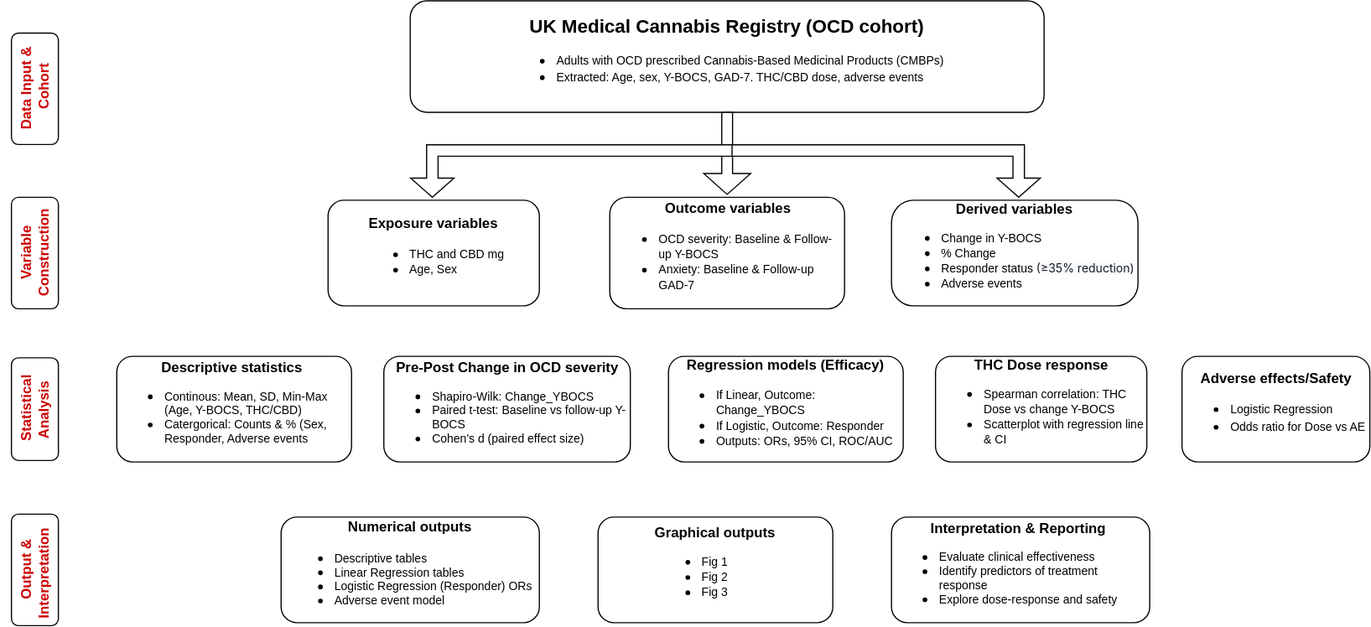
The draw.io diagram Untitled Diagram.drawio.svg in amy-gurung/first-data-project, before a commit. Source tidied: cells renumbered, new cells last; positions are measured from the earlier drawing's top-left corner, leaving out a move shared by most shapes.
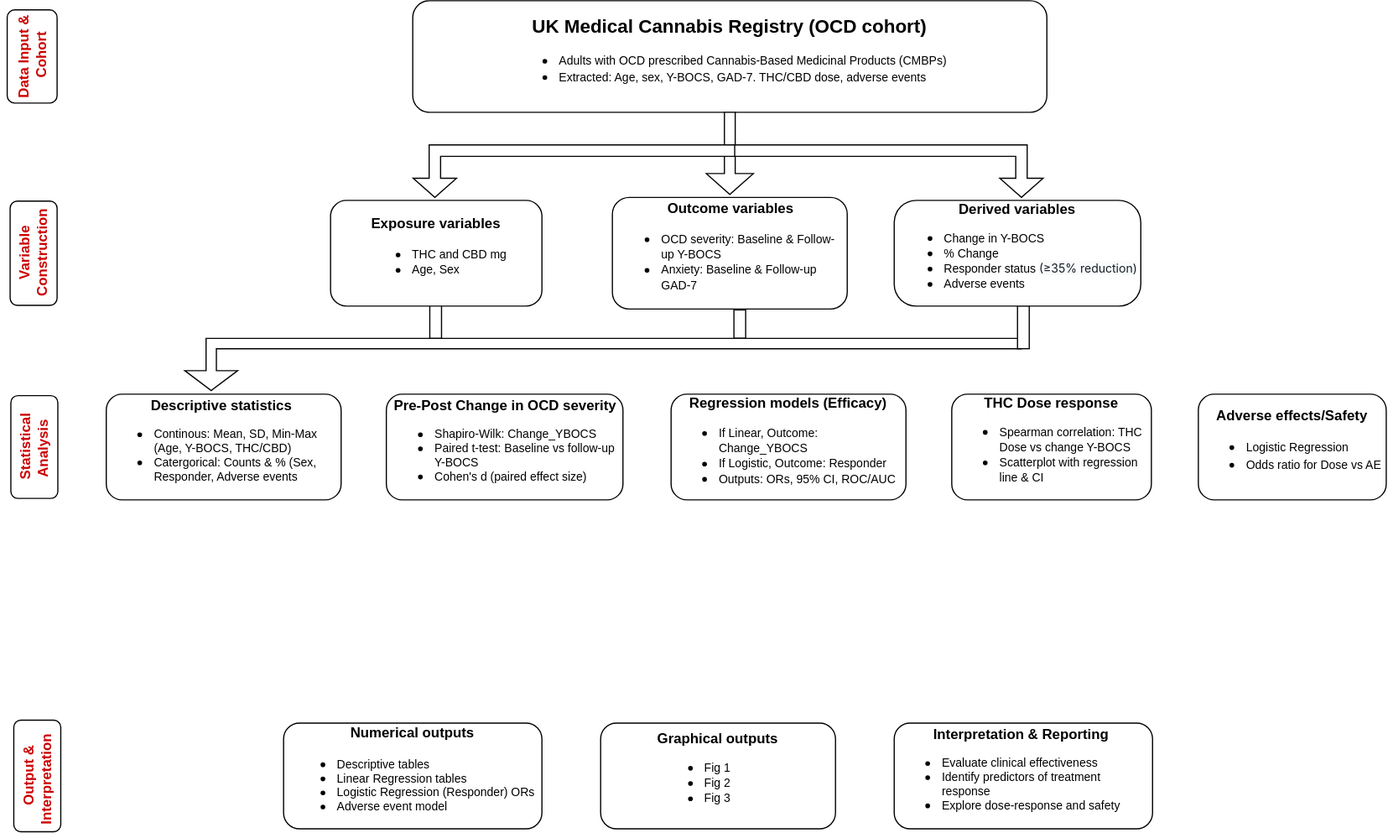
The same diagram one commit later.

Change to the diagram source:
```diff
@@ -2,6 +2,9 @@
   <root>
     <mxCell id="0" />
     <mxCell id="1" parent="0" />
+    <mxCell id="24" style="rounded=0;whiteSpace=wrap;html=1;rotation=-90;" parent="1" vertex="1">
+      <mxGeometry x="371.5" y="267.5" width="30" height="10" as="geometry" />
+    </mxCell>
     <mxCell id="2" value="&lt;b&gt;&lt;font style=&quot;font-size: 16px;&quot;&gt;UK Medical Cannabis Registry (OCD cohort)&lt;/font&gt;&lt;/b&gt;&lt;div&gt;&lt;ul&gt;&lt;li&gt;&lt;font style=&quot;font-size: 10px;&quot;&gt;Adults with OCD prescribed Cannabis-Based Medicinal Products (CMBPs)&lt;/font&gt;&lt;/li&gt;&lt;li style=&quot;text-align: left;&quot;&gt;&lt;font style=&quot;font-size: 10px;&quot;&gt;Extracted: Age, sex, Y-BOCS, GAD-7. THC/CBD dose, adverse events&lt;/font&gt;&lt;/li&gt;&lt;/ul&gt;&lt;/div&gt;" style="rounded=1;whiteSpace=wrap;html=1;spacing=1;labelBackgroundColor=none;" parent="1" vertex="1">
       <mxGeometry x="367" width="540" height="95" as="geometry" />
     </mxCell>
@@ -11,47 +14,44 @@
     <mxCell id="4" value="&lt;div style=&quot;text-align: center;&quot;&gt;&lt;b style=&quot;line-height: 100%;&quot;&gt;&lt;font&gt;Outcome variables&lt;/font&gt;&lt;/b&gt;&lt;/div&gt;&lt;ul&gt;&lt;li style=&quot;line-height: 100%;&quot;&gt;&lt;font style=&quot;font-size: 10px;&quot;&gt;OCD severity: Baseline &amp;amp; Follow-up Y-BOCS&lt;br&gt;&lt;/font&gt;&lt;/li&gt;&lt;li style=&quot;line-height: 100%;&quot;&gt;&lt;font style=&quot;font-size: 10px;&quot;&gt;Anxiety: Baseline &amp;amp; Follow-up GAD-7&lt;/font&gt;&lt;br&gt;&lt;/li&gt;&lt;/ul&gt;" style="rounded=1;whiteSpace=wrap;html=1;labelBackgroundColor=none;align=left;" parent="1" vertex="1">
       <mxGeometry x="537" y="167.5" width="200" height="95" as="geometry" />
     </mxCell>
-    <mxCell id="5" value="&lt;div style=&quot;line-height: 100%;&quot;&gt;&lt;div&gt;&lt;b&gt;&lt;font&gt;Derived variables&lt;/font&gt;&lt;/b&gt;&lt;/div&gt;&lt;ul&gt;&lt;li style=&quot;text-align: left;&quot;&gt;&lt;font style=&quot;font-size: 10px;&quot;&gt;Change in Y-BOCS&lt;br&gt;&lt;/font&gt;&lt;/li&gt;&lt;li style=&quot;text-align: left;&quot;&gt;&lt;font style=&quot;font-size: 10px;&quot;&gt;% Change&lt;br&gt;&lt;/font&gt;&lt;/li&gt;&lt;li style=&quot;text-align: left;&quot;&gt;&lt;font style=&quot;font-size: 10px;&quot;&gt;Responder status&amp;nbsp;&lt;span style=&quot;caret-color: rgb(22, 28, 36); color: rgb(22, 28, 36); font-family: -apple-system, BlinkMacSystemFont, &amp;quot;Proxima Nova&amp;quot;, &amp;quot;Segoe UI&amp;quot;, Roboto, Helvetica, Arial, sans-serif; background-color: rgb(249, 250, 251);&quot;&gt;(≥35% reduction)&lt;/span&gt;&lt;br&gt;&lt;/font&gt;&lt;/li&gt;&lt;li style=&quot;text-align: left;&quot;&gt;&lt;font style=&quot;font-size: 10px;&quot;&gt;Adverse events&amp;nbsp;&lt;/font&gt;&lt;/li&gt;&lt;/ul&gt;&lt;/div&gt;" style="rounded=1;whiteSpace=wrap;html=1;labelBackgroundColor=none;spacing=1;arcSize=21;" parent="1" vertex="1">
-      <mxGeometry x="777" y="170" width="210" height="90" as="geometry" />
-    </mxCell>
     <mxCell id="6" value="&lt;div style=&quot;line-height: 100%;&quot;&gt;&lt;font&gt;&lt;b&gt;Descriptive statistics&amp;nbsp;&lt;/b&gt;&lt;/font&gt;&lt;div&gt;&lt;ul&gt;&lt;li style=&quot;text-align: left;&quot;&gt;&lt;span style=&quot;font-size: 10px; line-height: 100%;&quot;&gt;Continous: Mean, SD, Min-Max (Age, Y-BOCS, THC/CBD)&lt;/span&gt;&lt;br&gt;&lt;/li&gt;&lt;li style=&quot;text-align: left;&quot;&gt;&lt;span style=&quot;font-size: 10px; line-height: 100%;&quot;&gt;Catergorical: Counts &amp;amp; % (Sex, Responder, Adverse events&lt;/span&gt;&lt;/li&gt;&lt;/ul&gt;&lt;/div&gt;&lt;/div&gt;" style="rounded=1;whiteSpace=wrap;html=1;labelBackgroundColor=none;" parent="1" vertex="1">
-      <mxGeometry x="117" y="303" width="200" height="90" as="geometry" />
+      <mxGeometry x="106" y="335" width="200" height="90" as="geometry" />
     </mxCell>
     <mxCell id="7" value="&lt;div style=&quot;line-height: 100%;&quot;&gt;&lt;div&gt;&lt;b&gt;Pre-Post Change in OCD severity&lt;/b&gt;&lt;/div&gt;&lt;ul&gt;&lt;li style=&quot;text-align: left;&quot;&gt;&lt;font style=&quot;font-size: 10px; line-height: 100%;&quot;&gt;Shapiro-Wilk: Change_YBOCS&lt;br&gt;&lt;/font&gt;&lt;/li&gt;&lt;li style=&quot;text-align: left;&quot;&gt;&lt;font style=&quot;font-size: 10px; line-height: 100%;&quot;&gt;Paired t-test: Baseline vs follow-up Y-BOCS&lt;br&gt;&lt;/font&gt;&lt;/li&gt;&lt;li style=&quot;text-align: left;&quot;&gt;&lt;font style=&quot;font-size: 10px; line-height: 100%;&quot;&gt;Cohen's d (paired effect size)&lt;/font&gt;&lt;/li&gt;&lt;/ul&gt;&lt;/div&gt;" style="rounded=1;whiteSpace=wrap;html=1;labelBackgroundColor=none;" parent="1" vertex="1">
-      <mxGeometry x="344.5" y="303" width="210" height="90" as="geometry" />
+      <mxGeometry x="344.5" y="335" width="201.5" height="90" as="geometry" />
     </mxCell>
     <mxCell id="8" value="&lt;font&gt;&lt;b style=&quot;line-height: 100%;&quot;&gt;Regression m&lt;/b&gt;&lt;font&gt;&lt;b&gt;odels&amp;nbsp;&lt;/b&gt;&lt;/font&gt;&lt;/font&gt;&lt;font&gt;&lt;b&gt;(Efficacy)&lt;/b&gt;&lt;/font&gt;&lt;div&gt;&lt;ul style=&quot;line-height: 100%;&quot;&gt;&lt;li style=&quot;text-align: left;&quot;&gt;&lt;span style=&quot;font-size: 10px; line-height: 100%;&quot;&gt;If Linear,&amp;nbsp;&lt;/span&gt;&lt;span style=&quot;font-size: 10px;&quot;&gt;Outcome: Change_YBOCS&lt;/span&gt;&lt;/li&gt;&lt;li style=&quot;text-align: left;&quot;&gt;&lt;span style=&quot;font-size: 10px; line-height: 100%;&quot;&gt;If Logistic,&amp;nbsp;&lt;/span&gt;&lt;span style=&quot;font-size: 10px;&quot;&gt;Outcome: Responder&amp;nbsp;&lt;/span&gt;&lt;/li&gt;&lt;li style=&quot;text-align: left;&quot;&gt;&lt;span style=&quot;font-size: 10px; line-height: 100%;&quot;&gt;Outputs: ORs, 95% CI, ROC/AUC&lt;/span&gt;&lt;br&gt;&lt;/li&gt;&lt;/ul&gt;&lt;/div&gt;" style="rounded=1;whiteSpace=wrap;html=1;labelBackgroundColor=none;" parent="1" vertex="1">
-      <mxGeometry x="587" y="303" width="200" height="90" as="geometry" />
+      <mxGeometry x="587" y="335" width="200" height="90" as="geometry" />
     </mxCell>
     <mxCell id="9" value="&lt;div style=&quot;line-height: 100%;&quot;&gt;&lt;b style=&quot;text-align: left;&quot;&gt;THC Dose response&lt;/b&gt;&lt;br&gt;&lt;ul&gt;&lt;li style=&quot;text-align: left;&quot;&gt;&lt;font style=&quot;font-size: 10px;&quot;&gt;Spearman correlation: THC Dose vs change Y-BOCS&lt;br&gt;&lt;/font&gt;&lt;/li&gt;&lt;li style=&quot;text-align: left;&quot;&gt;&lt;font style=&quot;font-size: 10px;&quot;&gt;Scatterplot with regression line &amp;amp; CI&amp;nbsp;&lt;/font&gt;&lt;/li&gt;&lt;/ul&gt;&lt;/div&gt;" style="rounded=1;whiteSpace=wrap;html=1;labelBackgroundColor=none;" parent="1" vertex="1">
-      <mxGeometry x="814.5" y="303" width="180" height="90" as="geometry" />
+      <mxGeometry x="826" y="335" width="170" height="90" as="geometry" />
     </mxCell>
     <mxCell id="10" value="&lt;font&gt;&lt;b&gt;Adverse effects/Safety&lt;/b&gt;&lt;/font&gt;&lt;div&gt;&lt;ul&gt;&lt;li style=&quot;text-align: left;&quot;&gt;&lt;span style=&quot;font-size: 10px;&quot;&gt;Logistic Regression&lt;/span&gt;&lt;br&gt;&lt;/li&gt;&lt;li style=&quot;text-align: left;&quot;&gt;&lt;span style=&quot;font-size: 10px;&quot;&gt;Odds ratio for Dose vs AE&amp;nbsp;&lt;/span&gt;&lt;br&gt;&lt;/li&gt;&lt;/ul&gt;&lt;/div&gt;" style="rounded=1;whiteSpace=wrap;html=1;labelBackgroundColor=none;" parent="1" vertex="1">
-      <mxGeometry x="1024.5" y="303" width="160" height="90" as="geometry" />
+      <mxGeometry x="1036" y="335" width="160" height="90" as="geometry" />
     </mxCell>
     <mxCell id="11" style="edgeStyle=none;curved=1;rounded=0;orthogonalLoop=1;jettySize=auto;html=1;exitX=0.5;exitY=1;exitDx=0;exitDy=0;fontSize=12;startSize=8;endSize=8;labelBackgroundColor=none;fontColor=default;" parent="1" edge="1" source="8" target="8">
       <mxGeometry relative="1" as="geometry" />
     </mxCell>
     <mxCell id="12" value="&lt;b style=&quot;text-align: left; line-height: 100%;&quot;&gt;Numerical outputs&lt;/b&gt;&lt;br&gt;&lt;ul style=&quot;line-height: 100%;&quot;&gt;&lt;li style=&quot;text-align: left;&quot;&gt;&lt;font style=&quot;font-size: 10px; line-height: 100%;&quot;&gt;Descriptive tables&lt;br&gt;&lt;/font&gt;&lt;/li&gt;&lt;li style=&quot;text-align: left;&quot;&gt;&lt;font style=&quot;font-size: 10px; line-height: 100%;&quot;&gt;Linear Regression tables&lt;br&gt;&lt;/font&gt;&lt;/li&gt;&lt;li style=&quot;text-align: left;&quot;&gt;&lt;font style=&quot;font-size: 10px; line-height: 100%;&quot;&gt;Logistic Regression (Responder) ORs&lt;br&gt;&lt;/font&gt;&lt;/li&gt;&lt;li style=&quot;text-align: left;&quot;&gt;&lt;font style=&quot;font-size: 10px; line-height: 100%;&quot;&gt;Adverse event model&amp;nbsp;&lt;/font&gt;&lt;br&gt;&lt;/li&gt;&lt;/ul&gt;" style="rounded=1;whiteSpace=wrap;html=1;labelBackgroundColor=none;" parent="1" vertex="1">
-      <mxGeometry x="257" y="440" width="220" height="90" as="geometry" />
+      <mxGeometry x="257" y="615" width="220" height="90" as="geometry" />
     </mxCell>
     <mxCell id="13" value="&lt;div style=&quot;line-height: 100%;&quot;&gt;&lt;b&gt;Graphical outputs&lt;/b&gt;&lt;div&gt;&lt;ul&gt;&lt;li style=&quot;text-align: left;&quot;&gt;&lt;font style=&quot;font-size: 10px;&quot;&gt;Fig 1&lt;br&gt;&lt;/font&gt;&lt;/li&gt;&lt;li style=&quot;text-align: left;&quot;&gt;&lt;font style=&quot;font-size: 10px;&quot;&gt;Fig 2&lt;br&gt;&lt;/font&gt;&lt;/li&gt;&lt;li style=&quot;text-align: left;&quot;&gt;&lt;font style=&quot;font-size: 10px;&quot;&gt;Fig 3&amp;nbsp;&lt;/font&gt;&lt;br&gt;&lt;/li&gt;&lt;/ul&gt;&lt;/div&gt;&lt;/div&gt;" style="rounded=1;whiteSpace=wrap;html=1;labelBackgroundColor=none;" parent="1" vertex="1">
-      <mxGeometry x="527" y="440" width="200" height="90" as="geometry" />
+      <mxGeometry x="527" y="615" width="200" height="90" as="geometry" />
     </mxCell>
     <mxCell id="14" value="&lt;div style=&quot;line-height: 100%;&quot;&gt;&lt;span style=&quot;text-align: left;&quot;&gt;&lt;b&gt;&lt;font&gt;Interpretation &amp;amp; Reporting&amp;nbsp;&lt;/font&gt;&lt;/b&gt;&lt;/span&gt;&lt;br&gt;&lt;ul&gt;&lt;li style=&quot;text-align: left;&quot;&gt;&lt;font style=&quot;font-size: 10px; line-height: 100%;&quot;&gt;Evaluate clinical effectiveness&lt;br&gt;&lt;/font&gt;&lt;/li&gt;&lt;li style=&quot;text-align: left;&quot;&gt;&lt;font style=&quot;font-size: 10px; line-height: 100%;&quot;&gt;Identify predictors of treatment response&lt;br&gt;&lt;/font&gt;&lt;/li&gt;&lt;li style=&quot;text-align: left;&quot;&gt;&lt;font style=&quot;font-size: 10px; line-height: 100%;&quot;&gt;Explore dose-response and safety&amp;nbsp;&lt;/font&gt;&lt;/li&gt;&lt;/ul&gt;&lt;/div&gt;" style="rounded=1;whiteSpace=wrap;html=1;labelBackgroundColor=none;" parent="1" vertex="1">
-      <mxGeometry x="777" y="440" width="220" height="90" as="geometry" />
+      <mxGeometry x="777" y="615" width="220" height="90" as="geometry" />
     </mxCell>
     <mxCell id="15" value="&lt;font color=&quot;#cc0000&quot;&gt;&lt;span style=&quot;caret-color: rgb(204, 0, 0);&quot;&gt;&lt;b&gt;Output &amp;amp; Interpretation &amp;nbsp;&lt;/b&gt;&lt;/span&gt;&lt;/font&gt;" style="rounded=1;whiteSpace=wrap;html=1;rotation=-90;" parent="1" vertex="1">
-      <mxGeometry x="-0.2" y="465" width="95" height="40" as="geometry" />
+      <mxGeometry x="-0.2" y="640" width="95" height="40" as="geometry" />
     </mxCell>
     <mxCell id="16" value="&lt;b style=&quot;color: rgb(204, 0, 0);&quot;&gt;Statistical Analysis&amp;nbsp;&lt;/b&gt;" style="rounded=1;whiteSpace=wrap;html=1;rotation=-90;" parent="1" vertex="1">
-      <mxGeometry x="3.5" y="328" width="87.5" height="40" as="geometry" />
+      <mxGeometry x="1" y="360" width="87.5" height="40" as="geometry" />
     </mxCell>
     <mxCell id="17" value="&lt;b style=&quot;color: rgb(204, 0, 0);&quot;&gt;Data Input &amp;amp;&lt;/b&gt;&lt;div&gt;&lt;b style=&quot;color: rgb(204, 0, 0);&quot;&gt;&amp;nbsp;Cohort&lt;/b&gt;&lt;/div&gt;" style="rounded=1;whiteSpace=wrap;html=1;rotation=-90;" parent="1" vertex="1">
-      <mxGeometry x="-0.2" y="55" width="95" height="40" as="geometry" />
+      <mxGeometry x="3.2" y="26.2" width="79.4" height="42.5" as="geometry" />
     </mxCell>
     <mxCell id="18" value="&lt;b style=&quot;color: rgb(204, 0, 0);&quot;&gt;Variable Construction&lt;/b&gt;" style="rounded=1;whiteSpace=wrap;html=1;rotation=-90;" parent="1" vertex="1">
-      <mxGeometry x="-0.2" y="195" width="95" height="40" as="geometry" />
+      <mxGeometry x="-0.2" y="195" width="88.8" height="40" as="geometry" />
     </mxCell>
     <mxCell id="19" style="edgeStyle=none;curved=1;rounded=0;orthogonalLoop=1;jettySize=auto;html=1;exitX=0.25;exitY=1;exitDx=0;exitDy=0;fontSize=12;startSize=8;endSize=8;" parent="1" edge="1" source="16" target="16">
       <mxGeometry relative="1" as="geometry" />
@@ -68,5 +68,17 @@
     <mxCell id="23" style="html=1;shadow=0;dashed=0;align=center;verticalAlign=middle;shape=mxgraph.arrows2.bendArrow;dy=4.87;dx=16.3;notch=0;arrowHead=36.93;rounded=0;rotation=90;flipH=0;legacyAnchorPoints=0;flipV=1;" parent="1" vertex="1">
       <mxGeometry x="481.9" y="8.2" width="44.7" height="273.8" as="geometry" />
     </mxCell>
+    <mxCell id="25" style="html=1;shadow=0;dashed=0;align=center;verticalAlign=middle;shape=mxgraph.arrows2.bendArrow;dy=4.39;dx=16.88;notch=0;arrowHead=45;rounded=0;rotation=90;flipV=1;legacyAnchorPoints=0;direction=east;" parent="1" vertex="1">
+      <mxGeometry x="506.9" y="-46.5" width="44.4" height="712.4" as="geometry" />
+    </mxCell>
+    <mxCell id="26" style="rounded=0;whiteSpace=wrap;html=1;rotation=-90;" parent="1" vertex="1">
+      <mxGeometry x="868.8" y="273" width="36.5" height="10" as="geometry" />
+    </mxCell>
+    <mxCell id="5" value="&lt;div style=&quot;line-height: 100%;&quot;&gt;&lt;div&gt;&lt;b&gt;&lt;font&gt;Derived variables&lt;/font&gt;&lt;/b&gt;&lt;/div&gt;&lt;ul&gt;&lt;li style=&quot;text-align: left;&quot;&gt;&lt;font style=&quot;font-size: 10px;&quot;&gt;Change in Y-BOCS&lt;br&gt;&lt;/font&gt;&lt;/li&gt;&lt;li style=&quot;text-align: left;&quot;&gt;&lt;font style=&quot;font-size: 10px;&quot;&gt;% Change&lt;br&gt;&lt;/font&gt;&lt;/li&gt;&lt;li style=&quot;text-align: left;&quot;&gt;&lt;font style=&quot;font-size: 10px;&quot;&gt;Responder status&amp;nbsp;&lt;span style=&quot;caret-color: rgb(22, 28, 36); color: rgb(22, 28, 36); font-family: -apple-system, BlinkMacSystemFont, &amp;quot;Proxima Nova&amp;quot;, &amp;quot;Segoe UI&amp;quot;, Roboto, Helvetica, Arial, sans-serif; background-color: rgb(249, 250, 251);&quot;&gt;(≥35% reduction)&lt;/span&gt;&lt;br&gt;&lt;/font&gt;&lt;/li&gt;&lt;li style=&quot;text-align: left;&quot;&gt;&lt;font style=&quot;font-size: 10px;&quot;&gt;Adverse events&amp;nbsp;&lt;/font&gt;&lt;/li&gt;&lt;/ul&gt;&lt;/div&gt;" style="rounded=1;whiteSpace=wrap;html=1;labelBackgroundColor=none;spacing=1;arcSize=21;" parent="1" vertex="1">
+      <mxGeometry x="777" y="170" width="210" height="90" as="geometry" />
+    </mxCell>
+    <mxCell id="27" style="rounded=0;whiteSpace=wrap;html=1;rotation=-90;" parent="1" vertex="1">
+      <mxGeometry x="633.5" y="270.3" width="24" height="10" as="geometry" />
+    </mxCell>
   </root>
 </mxGraphModel>
```
